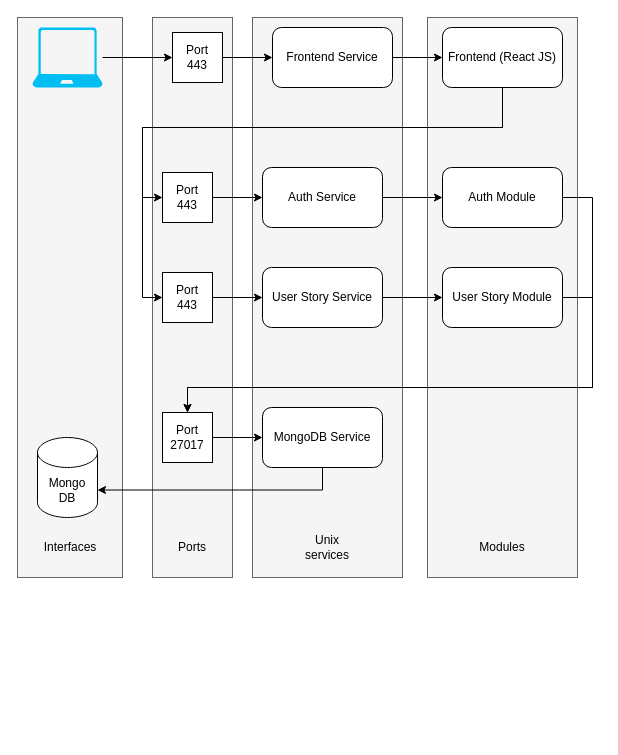
Earlier version of the draw.io diagram page "Overview" (1 of 2) of architecture.drawio (possibilityz/generic-backend). Source tidied: cells renumbered, new cells numbered last; positions are measured from the earlier drawing's top-left corner, leaving out a move shared by most shapes. Both pictures are drawn from the tidied source at 100%, with x=0, y=0 at pixel (17, 17).
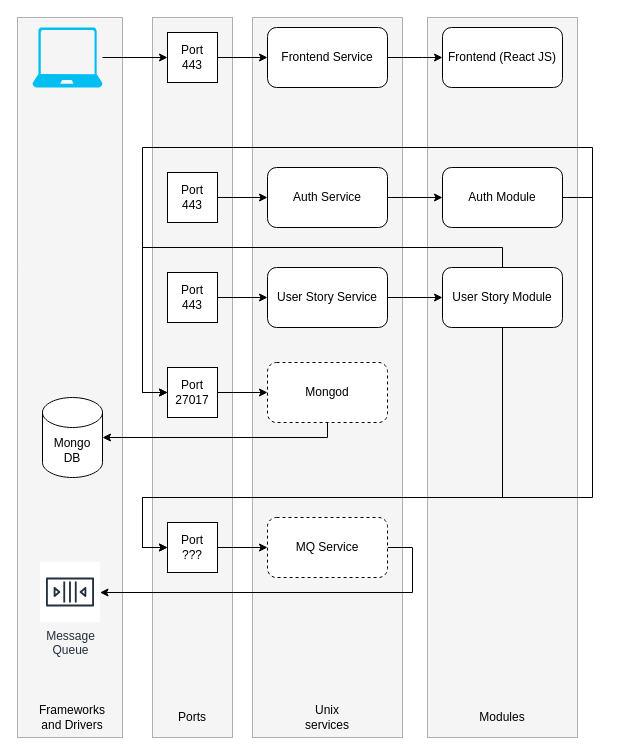
After the change.

Commit message:
Added Auth module

The change refers to these unchanged cells:
```xml
<mxCell id="8" value="Frontend (React JS)" style="rounded=1;whiteSpace=wrap;html=1;" parent="1" vertex="1">
  <mxGeometry x="425" y="10" width="120" height="60" as="geometry" />
</mxCell>
<mxCell id="10" value="Auth Module" style="rounded=1;whiteSpace=wrap;html=1;" parent="1" vertex="1">
  <mxGeometry x="425" y="150" width="120" height="60" as="geometry" />
</mxCell>
<mxCell id="31" value="User Story Module" style="rounded=1;whiteSpace=wrap;html=1;" parent="1" vertex="1">
  <mxGeometry x="425" y="250" width="120" height="60" as="geometry" />
</mxCell>
```

What changed in the source:
```diff
@@
-    <mxCell id="2" style="rounded=0;whiteSpace=wrap;html=1;fillColor=#f5f5f5;strokeColor=#666666;fontColor=#333333;" parent="1" vertex="1">
-      <mxGeometry width="105" height="560" as="geometry" />
+    <mxCell id="2" style="rounded=0;whiteSpace=wrap;html=1;fillColor=#f5f5f5;strokeColor=#666666;fontColor=#333333;dashed=1;dashPattern=1 1;" parent="1" vertex="1">
+      <mxGeometry width="105" height="720" as="geometry" />
     </mxCell>
-    <mxCell id="3" style="rounded=0;whiteSpace=wrap;html=1;fillColor=#f5f5f5;strokeColor=#666666;fontColor=#333333;" parent="1" vertex="1">
-      <mxGeometry x="410" width="150" height="560" as="geometry" />
+    <mxCell id="3" style="rounded=0;whiteSpace=wrap;html=1;fillColor=#f5f5f5;strokeColor=#666666;fontColor=#333333;dashed=1;dashPattern=1 1;" parent="1" vertex="1">
+      <mxGeometry x="410" width="150" height="720" as="geometry" />
     </mxCell>
-    <mxCell id="4" style="rounded=0;whiteSpace=wrap;html=1;fillColor=#f5f5f5;strokeColor=#666666;fontColor=#333333;" parent="1" vertex="1">
-      <mxGeometry x="235" width="150" height="560" as="geometry" />
+    <mxCell id="4" style="rounded=0;whiteSpace=wrap;html=1;fillColor=#f5f5f5;strokeColor=#666666;fontColor=#333333;dashed=1;dashPattern=1 1;" parent="1" vertex="1">
+      <mxGeometry x="235" width="150" height="720" as="geometry" />
     </mxCell>
-    <mxCell id="5" style="rounded=0;whiteSpace=wrap;html=1;fillColor=#f5f5f5;strokeColor=#666666;fontColor=#333333;" parent="1" vertex="1">
-      <mxGeometry x="135" width="80" height="560" as="geometry" />
+    <mxCell id="5" style="rounded=0;whiteSpace=wrap;html=1;fillColor=#f5f5f5;strokeColor=#666666;fontColor=#333333;dashed=1;dashPattern=1 1;" parent="1" vertex="1">
+      <mxGeometry x="135" width="80" height="720" as="geometry" />
     </mxCell>
-    <mxCell id="6" style="edgeStyle=orthogonalEdgeStyle;rounded=0;jettySize=auto;html=1;entryX=0;entryY=0.5;entryDx=0;entryDy=0;exitX=0.5;exitY=1;exitDx=0;exitDy=0;" parent="1" edge="1" source="8" target="20">
-      <mxGeometry relative="1" as="geometry">
-        <Array as="points">
-          <mxPoint x="485" y="110" />
-          <mxPoint x="125" y="110" />
-          <mxPoint x="125" y="180" />
-        </Array>
-      </mxGeometry>
-    </mxCell>
-    <mxCell id="7" style="edgeStyle=orthogonalEdgeStyle;rounded=0;jettySize=auto;html=1;exitX=0.5;exitY=1;exitDx=0;exitDy=0;entryX=0;entryY=0.5;entryDx=0;entryDy=0;" parent="1" edge="1" source="8" target="35">
-      <mxGeometry relative="1" as="geometry">
-        <Array as="points">
-          <mxPoint x="485" y="110" />
-          <mxPoint x="125" y="110" />
-          <mxPoint x="125" y="280" />
-        </Array>
-      </mxGeometry>
-    </mxCell>
@@
-    <mxCell id="9" style="edgeStyle=orthogonalEdgeStyle;rounded=0;jettySize=auto;html=1;exitX=1;exitY=0.5;exitDx=0;exitDy=0;" parent="1" edge="1" source="10" target="22">
+    <mxCell id="9" style="edgeStyle=orthogonalEdgeStyle;rounded=0;jettySize=auto;html=1;entryX=0;entryY=0.5;entryDx=0;entryDy=0;" parent="1" edge="1" source="10" target="22">
       <mxGeometry relative="1" as="geometry">
         <Array as="points">
           <mxPoint x="575" y="180" />
-          <mxPoint x="575" y="370" />
-          <mxPoint x="170" y="370" />
+          <mxPoint x="575" y="130" />
+          <mxPoint x="125" y="130" />
+          <mxPoint x="125" y="375" />
         </Array>
       </mxGeometry>
     </mxCell>
+    <mxCell id="36" style="edgeStyle=orthogonalEdgeStyle;rounded=0;jettySize=auto;html=1;exitX=1;exitY=0.5;exitDx=0;exitDy=0;entryX=0;entryY=0.5;entryDx=0;entryDy=0;" parent="1" edge="1" source="10" target="40">
+      <mxGeometry relative="1" as="geometry">
+        <Array as="points">
+          <mxPoint x="575" y="180" />
+          <mxPoint x="575" y="480" />
+          <mxPoint x="125" y="480" />
+          <mxPoint x="125" y="530" />
+        </Array>
+      </mxGeometry>
+    </mxCell>
@@
     <mxCell id="14" value="Port&lt;br&gt;443" style="whiteSpace=wrap;html=1;" parent="1" vertex="1">
-      <mxGeometry x="155" y="15" width="50" height="50" as="geometry" />
+      <mxGeometry x="150" y="15" width="50" height="50" as="geometry" />
     </mxCell>
@@
     <mxCell id="16" value="Frontend Service" style="rounded=1;whiteSpace=wrap;html=1;" parent="1" vertex="1">
-      <mxGeometry x="255" y="10" width="120" height="60" as="geometry" />
+      <mxGeometry x="250" y="10" width="120" height="60" as="geometry" />
     </mxCell>
@@
     <mxCell id="18" value="Auth Service" style="rounded=1;whiteSpace=wrap;html=1;" parent="1" vertex="1">
-      <mxGeometry x="245" y="150" width="120" height="60" as="geometry" />
+      <mxGeometry x="250" y="150" width="120" height="60" as="geometry" />
     </mxCell>
@@
     <mxCell id="20" value="Port&lt;br&gt;443" style="whiteSpace=wrap;html=1;" parent="1" vertex="1">
-      <mxGeometry x="145" y="155" width="50" height="50" as="geometry" />
+      <mxGeometry x="150" y="155" width="50" height="50" as="geometry" />
     </mxCell>
@@
     <mxCell id="22" value="Port&lt;br&gt;27017" style="whiteSpace=wrap;html=1;" parent="1" vertex="1">
-      <mxGeometry x="145" y="395" width="50" height="50" as="geometry" />
+      <mxGeometry x="150" y="350" width="50" height="50" as="geometry" />
     </mxCell>
-    <mxCell id="23" style="edgeStyle=orthogonalEdgeStyle;rounded=0;jettySize=auto;html=1;entryX=1;entryY=0;entryDx=0;entryDy=52.5;entryPerimeter=0;" parent="1" edge="1" source="24" target="25">
+    <mxCell id="23" style="edgeStyle=orthogonalEdgeStyle;rounded=0;jettySize=auto;html=1;exitX=0.5;exitY=1;exitDx=0;exitDy=0;entryX=1;entryY=0.5;entryDx=0;entryDy=0;entryPerimeter=0;" parent="1" edge="1" source="24" target="25">
       <mxGeometry relative="1" as="geometry">
         <Array as="points">
-          <mxPoint x="305" y="473" />
+          <mxPoint x="310" y="420" />
         </Array>
       </mxGeometry>
     </mxCell>
-    <mxCell id="24" value="MongoDB Service" style="rounded=1;whiteSpace=wrap;html=1;" parent="1" vertex="1">
-      <mxGeometry x="245" y="390" width="120" height="60" as="geometry" />
+    <mxCell id="24" value="Mongod" style="rounded=1;whiteSpace=wrap;html=1;dashed=1;" parent="1" vertex="1">
+      <mxGeometry x="250" y="345" width="120" height="60" as="geometry" />
     </mxCell>
     <mxCell id="25" value="Mongo&lt;br&gt;DB" style="shape=cylinder3;whiteSpace=wrap;html=1;boundedLbl=1;backgroundOutline=1;size=15;" parent="1" vertex="1">
-      <mxGeometry x="20" y="420" width="60" height="80" as="geometry" />
+      <mxGeometry x="25" y="380" width="60" height="80" as="geometry" />
     </mxCell>
     <mxCell id="26" value="Ports" style="text;html=1;strokeColor=none;fillColor=none;align=center;verticalAlign=middle;whiteSpace=wrap;rounded=0;" parent="1" vertex="1">
-      <mxGeometry x="155" y="520" width="40" height="20" as="geometry" />
+      <mxGeometry x="155" y="690" width="40" height="20" as="geometry" />
     </mxCell>
     <mxCell id="27" value="Unix services" style="text;html=1;strokeColor=none;fillColor=none;align=center;verticalAlign=middle;whiteSpace=wrap;rounded=0;" parent="1" vertex="1">
-      <mxGeometry x="290" y="520" width="40" height="20" as="geometry" />
+      <mxGeometry x="290" y="690" width="40" height="20" as="geometry" />
     </mxCell>
     <mxCell id="28" value="Modules" style="text;html=1;strokeColor=none;fillColor=none;align=center;verticalAlign=middle;whiteSpace=wrap;rounded=0;" parent="1" vertex="1">
-      <mxGeometry x="465" y="520" width="40" height="20" as="geometry" />
+      <mxGeometry x="465" y="690" width="40" height="20" as="geometry" />
     </mxCell>
-    <mxCell id="29" value="Interfaces" style="text;html=1;strokeColor=none;fillColor=none;align=center;verticalAlign=middle;whiteSpace=wrap;rounded=0;" parent="1" vertex="1">
-      <mxGeometry x="32.5" y="520" width="40" height="20" as="geometry" />
+    <mxCell id="29" value="Frameworks and Drivers" style="text;html=1;strokeColor=none;fillColor=none;align=center;verticalAlign=middle;whiteSpace=wrap;rounded=0;" parent="1" vertex="1">
+      <mxGeometry x="35" y="690" width="40" height="20" as="geometry" />
     </mxCell>
-    <mxCell id="30" style="edgeStyle=orthogonalEdgeStyle;rounded=0;jettySize=auto;html=1;exitX=1;exitY=0.5;exitDx=0;exitDy=0;entryX=0.5;entryY=0;entryDx=0;entryDy=0;" parent="1" edge="1" source="31" target="22">
+    <mxCell id="30" style="edgeStyle=orthogonalEdgeStyle;rounded=0;jettySize=auto;html=1;" parent="1" edge="1" source="31" target="22">
       <mxGeometry relative="1" as="geometry">
         <Array as="points">
-          <mxPoint x="575" y="280" />
-          <mxPoint x="575" y="370" />
-          <mxPoint x="170" y="370" />
+          <mxPoint x="485" y="230" />
+          <mxPoint x="125" y="230" />
+          <mxPoint x="125" y="375" />
         </Array>
       </mxGeometry>
     </mxCell>
+    <mxCell id="37" style="edgeStyle=orthogonalEdgeStyle;rounded=0;jettySize=auto;html=1;entryX=0;entryY=0.5;entryDx=0;entryDy=0;" parent="1" edge="1" source="31" target="40">
+      <mxGeometry relative="1" as="geometry">
+        <Array as="points">
+          <mxPoint x="485" y="480" />
+          <mxPoint x="125" y="480" />
+          <mxPoint x="125" y="530" />
+        </Array>
+      </mxGeometry>
+    </mxCell>
@@
     <mxCell id="33" value="User Story Service" style="rounded=1;whiteSpace=wrap;html=1;" parent="1" vertex="1">
-      <mxGeometry x="245" y="250" width="120" height="60" as="geometry" />
+      <mxGeometry x="250" y="250" width="120" height="60" as="geometry" />
     </mxCell>
@@
     <mxCell id="35" value="Port&lt;br&gt;443" style="whiteSpace=wrap;html=1;" parent="1" vertex="1">
-      <mxGeometry x="145" y="255" width="50" height="50" as="geometry" />
+      <mxGeometry x="150" y="255" width="50" height="50" as="geometry" />
     </mxCell>
+    <mxCell id="38" value="Message&lt;br&gt;Queue" style="outlineConnect=0;fontColor=#232F3E;gradientColor=none;strokeColor=#232F3E;fillColor=#ffffff;dashed=0;verticalLabelPosition=bottom;verticalAlign=top;align=center;html=1;fontSize=12;fontStyle=0;shape=mxgraph.aws4.resourceIcon;resIcon=mxgraph.aws4.queue;" parent="1" vertex="1">
+      <mxGeometry x="22.5" y="544.5" width="60" height="60" as="geometry" />
+    </mxCell>
+    <mxCell id="39" style="edgeStyle=orthogonalEdgeStyle;rounded=0;jettySize=auto;html=1;entryX=0;entryY=0.5;entryDx=0;entryDy=0;" parent="1" edge="1" source="40" target="42">
+      <mxGeometry relative="1" as="geometry" />
+    </mxCell>
+    <mxCell id="40" value="Port&lt;br&gt;???" style="whiteSpace=wrap;html=1;" parent="1" vertex="1">
+      <mxGeometry x="150" y="505" width="50" height="50" as="geometry" />
+    </mxCell>
+    <mxCell id="41" style="edgeStyle=orthogonalEdgeStyle;rounded=0;jettySize=auto;html=1;exitX=1;exitY=0.5;exitDx=0;exitDy=0;" parent="1" edge="1" source="42" target="38">
+      <mxGeometry relative="1" as="geometry">
+        <Array as="points">
+          <mxPoint x="395" y="530" />
+          <mxPoint x="395" y="575" />
+        </Array>
+      </mxGeometry>
+    </mxCell>
+    <mxCell id="42" value="MQ Service" style="rounded=1;whiteSpace=wrap;html=1;dashed=1;" parent="1" vertex="1">
+      <mxGeometry x="250" y="500" width="120" height="60" as="geometry" />
+    </mxCell>
```
